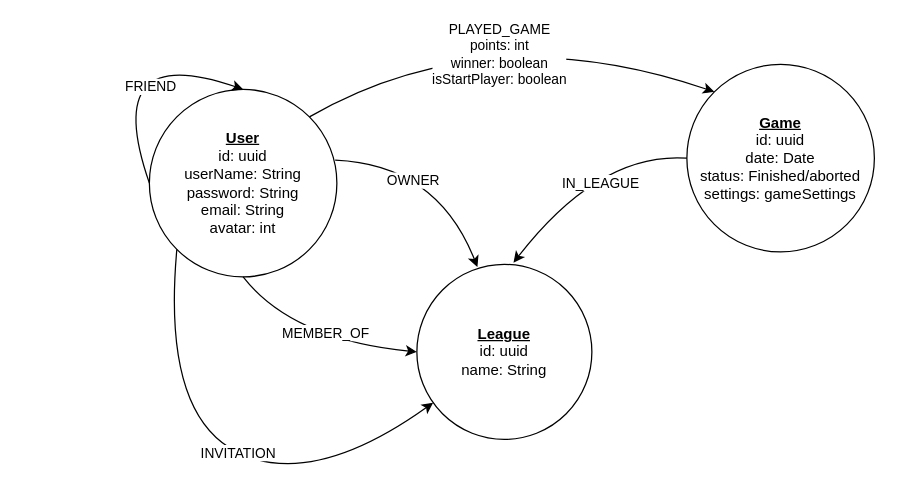
The draw.io diagram page "extended version" (2 of 2) of Database.drawio in BitLord69/SGFM2, before the edit. Source tidied: cells renumbered, new cells numbered last; positions are measured from the earlier drawing's top-left corner, leaving out a move shared by most shapes. Both pictures are drawn from the tidied source at 125%, with x=0, y=0 at pixel (99, 14).
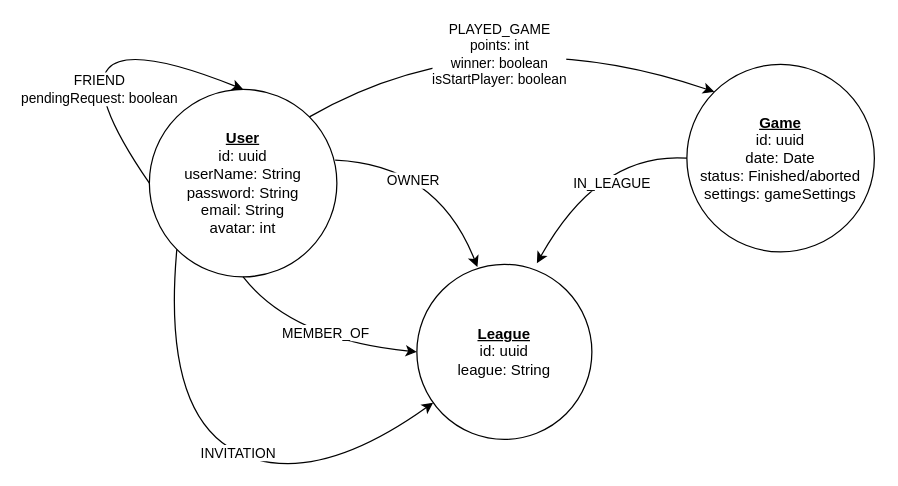
The same diagram, later.

Unchanged cells that the change refers to:
```xml
<mxCell id="2" value="&lt;u style=&quot;font-weight: bold&quot;&gt;User&lt;/u&gt;&lt;br&gt;id: uuid&lt;br&gt;userName: String&lt;br&gt;password: String&lt;br&gt;email: String&lt;br&gt;avatar: int" style="ellipse;whiteSpace=wrap;html=1;" parent="1" vertex="1">
  <mxGeometry x="40" y="60" width="150" height="150" as="geometry" />
</mxCell>
<mxCell id="3" value="&lt;u&gt;&lt;b&gt;Game&lt;/b&gt;&lt;/u&gt;&lt;br&gt;id: uuid&lt;br&gt;date: Date&lt;br&gt;status: Finished/aborted&lt;br&gt;settings: gameSettings" style="ellipse;whiteSpace=wrap;html=1;" parent="1" vertex="1">
  <mxGeometry x="470" y="40" width="150" height="150" as="geometry" />
</mxCell>
```

Change to the diagram source:
```diff
@@
-    <mxCell id="6" value="&lt;u&gt;&lt;b&gt;League&lt;/b&gt;&lt;/u&gt;&lt;br&gt;id: uuid&lt;br&gt;name: String" style="ellipse;whiteSpace=wrap;html=1;" parent="1" vertex="1">
+    <mxCell id="6" value="&lt;u&gt;&lt;b&gt;League&lt;/b&gt;&lt;/u&gt;&lt;br&gt;id: uuid&lt;br&gt;league: String" style="ellipse;whiteSpace=wrap;html=1;" parent="1" vertex="1">
       <mxGeometry x="254" y="200" width="140" height="140" as="geometry" />
     </mxCell>
-    <mxCell id="7" style="curved=1;endArrow=classic;html=1;exitX=0;exitY=0.5;exitDx=0;exitDy=0;entryX=0.552;entryY=-0.01;entryDx=0;entryDy=0;entryPerimeter=0;" parent="1" edge="1" source="3" target="6">
+    <mxCell id="7" style="curved=1;endArrow=classic;html=1;exitX=0;exitY=0.5;exitDx=0;exitDy=0;" parent="1" edge="1" source="3">
       <mxGeometry relative="1" as="geometry">
+        <mxPoint x="350" y="199" as="targetPoint" />
         <Array as="points">
           <mxPoint x="400" y="110" />
         </Array>
       </mxGeometry>
     </mxCell>
     <mxCell id="8" value="IN_LEAGUE" style="edgeLabel;html=1;align=center;verticalAlign=middle;" parent="7" vertex="1">
       <mxGeometry x="0.19" y="17" relative="1" as="geometry">
-        <mxPoint x="9.9" y="-15.5" as="offset" />
+        <mxPoint x="9.9" y="-11.9" as="offset" />
       </mxGeometry>
     </mxCell>
@@
     <mxCell id="13" style="curved=1;endArrow=classic;html=1;exitX=0;exitY=0.5;exitDx=0;exitDy=0;entryX=0.5;entryY=0;entryDx=0;entryDy=0;" parent="1" edge="1" source="2" target="2">
       <mxGeometry relative="1" as="geometry">
         <Array as="points">
-          <mxPoint y="20" />
+          <mxPoint x="-60" y="-10" />
         </Array>
       </mxGeometry>
     </mxCell>
-    <mxCell id="14" value="FRIEND" style="edgeLabel;html=1;align=center;verticalAlign=middle;" parent="13" vertex="1">
-      <mxGeometry x="0.41" y="-22" relative="1" as="geometry" />
+    <mxCell id="14" value="FRIEND&lt;br&gt;pendingRequest: boolean" style="edgeLabel;html=1;align=center;verticalAlign=middle;" parent="13" vertex="1">
+      <mxGeometry x="0.41" y="-22" relative="1" as="geometry">
+        <mxPoint x="-7.8" y="19.2" as="offset" />
+      </mxGeometry>
     </mxCell>
```
